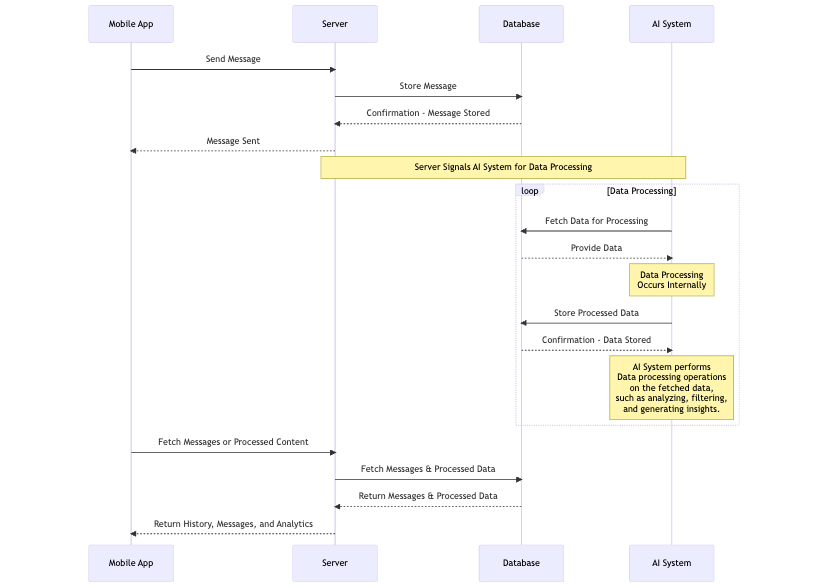
Above: assets/sequence.png in NeuralChat/.github (Mermaid), before the change. Its source is kept beside it as diagram/sequence.mermaid.
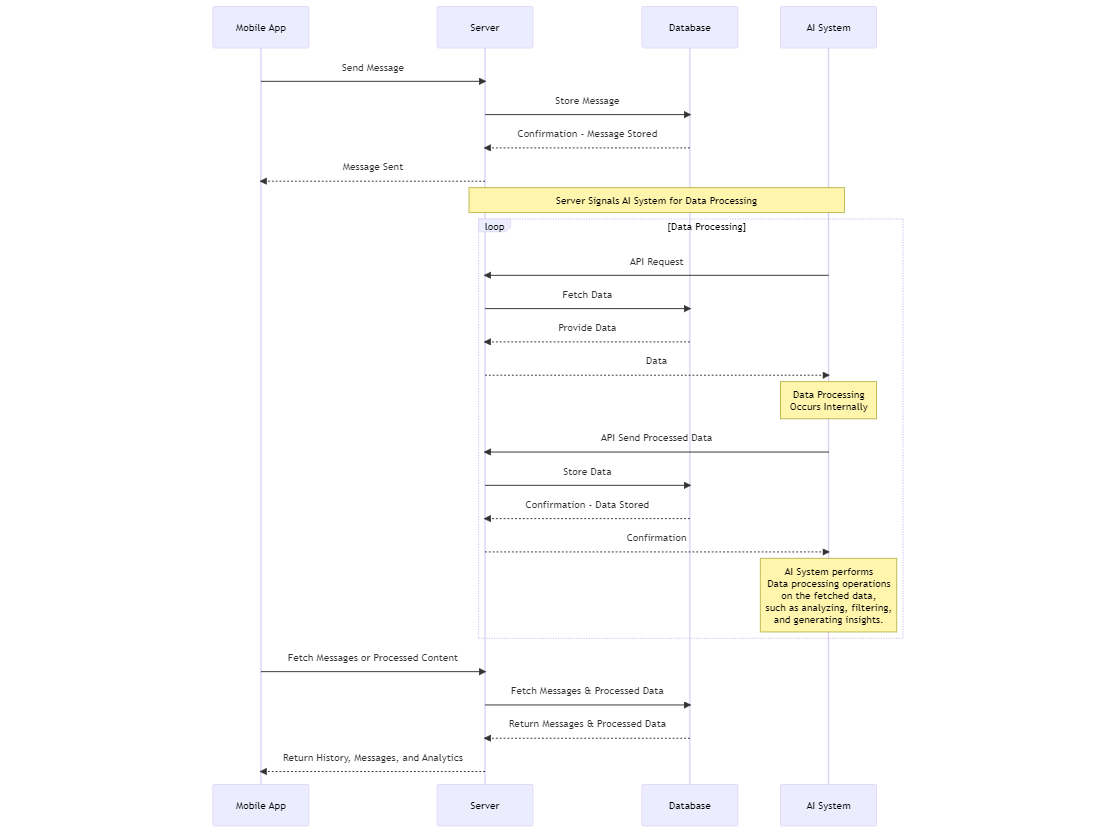
The same diagram one commit later.

Commit message:
fix: update sequence diagram

What changed in the source:
```diff
@@ -12,11 +12,15 @@
     Note over Server, AI System: Server Signals AI System for Data Processing
 
     loop Data Processing
-        AI System->>Database: Fetch Data for Processing
-        Database-->>AI System: Provide Data
+        AI System->>Server: API Request
+        Server->>Database: Fetch Data
+        Database-->>Server: Provide Data
+        Server-->>AI System: Data
         Note over AI System: Data Processing<br>Occurs Internally
-        AI System->>Database: Store Processed Data
-        Database-->>AI System: Confirmation - Data Stored
+        AI System->>Server: API Send Processed Data
+        Server->>Database: Store Data
+        Database-->>Server: Confirmation - Data Stored
+        Server-->>AI System: Confirmation
         Note over AI System: AI System performs<br>Data processing operations<br>on the fetched data,<br>such as analyzing, filtering,<br>and generating insights.
     end
 
```
